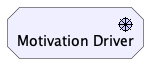
Earlier version of the PlantUML export doc/elements/motivation-driver.plantuml.png (SixArm/archimate-examples).
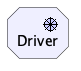
After the commit.

The edit, as a diff of the source:
```diff
@@ -1,4 +1,4 @@
 @startuml
 !include <archimate/Archimate>
-Motivation_Driver(MD_01, "Motivation Driver")
+Motivation_Driver(Driver, "Driver")
 @enduml
```
